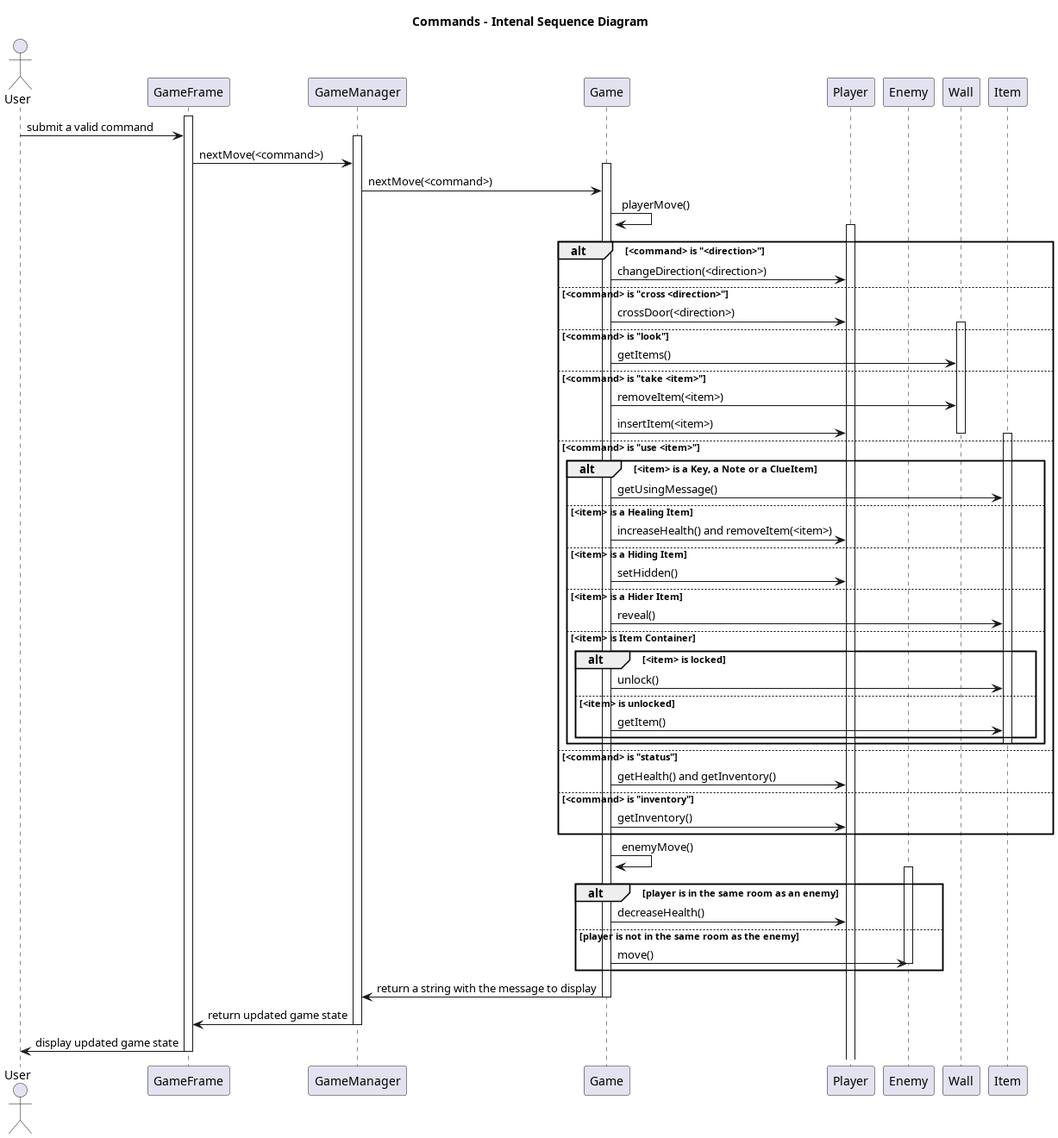
Earlier version of the PlantUML export docs/uml/CommandInternalSequenceDiagram.png (nardib/TextAdventure).
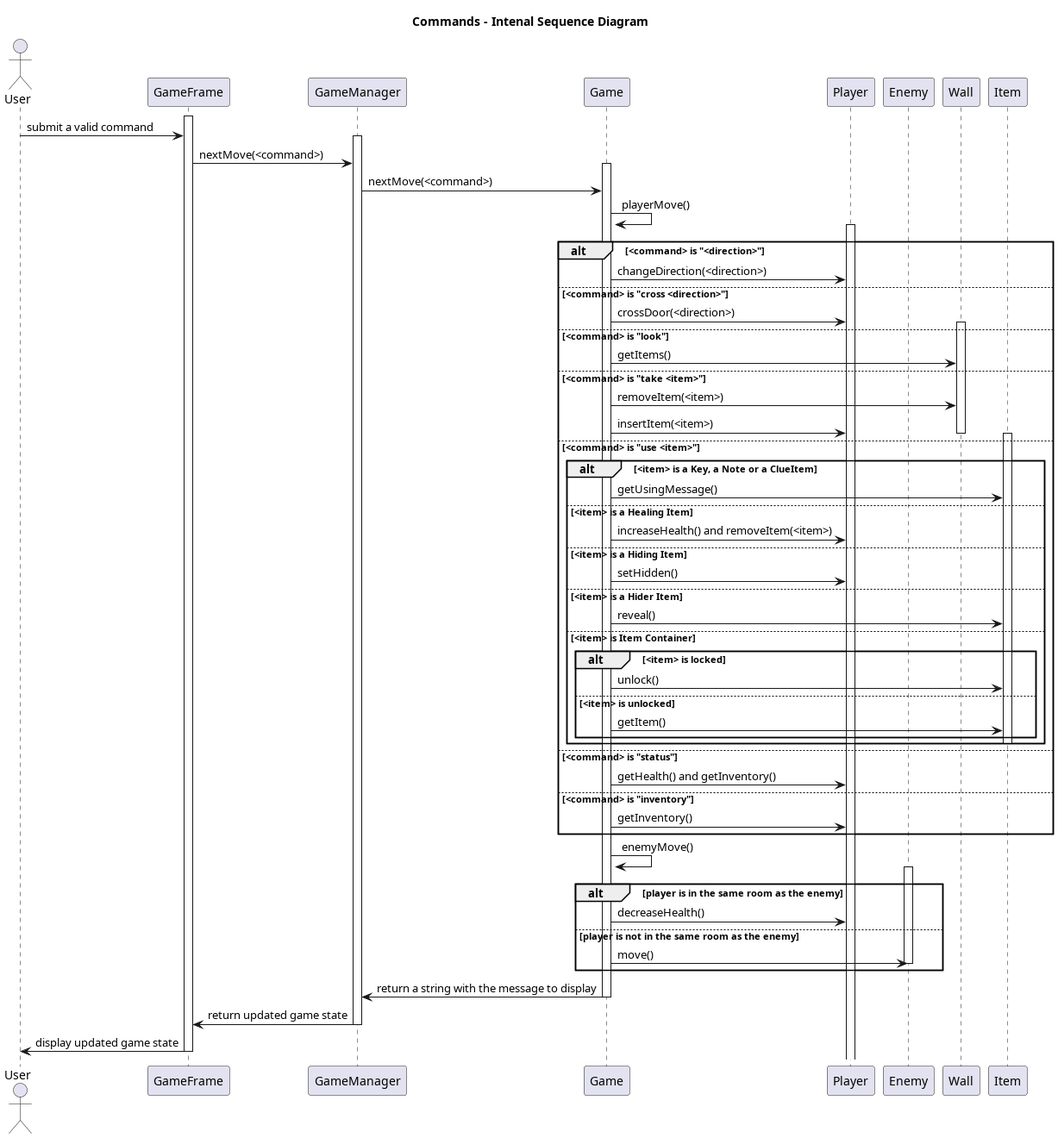
The same file after the commit.

Diff of the diagram source:
```diff
@@ -1,4 +1,4 @@
-@startuml Command Internal Sequence Diagram
+@startuml CommandInternalSequenceDiagram
 
 title Commands - Intenal Sequence Diagram
 
@@ -58,7 +58,7 @@
 end
 
 Game -> Game : enemyMove()
-alt player is in the same room as an enemy
+alt player is in the same room as the enemy
     activate Enemy
     Game -> Player: decreaseHealth()
 else player is not in the same room as the enemy
```
